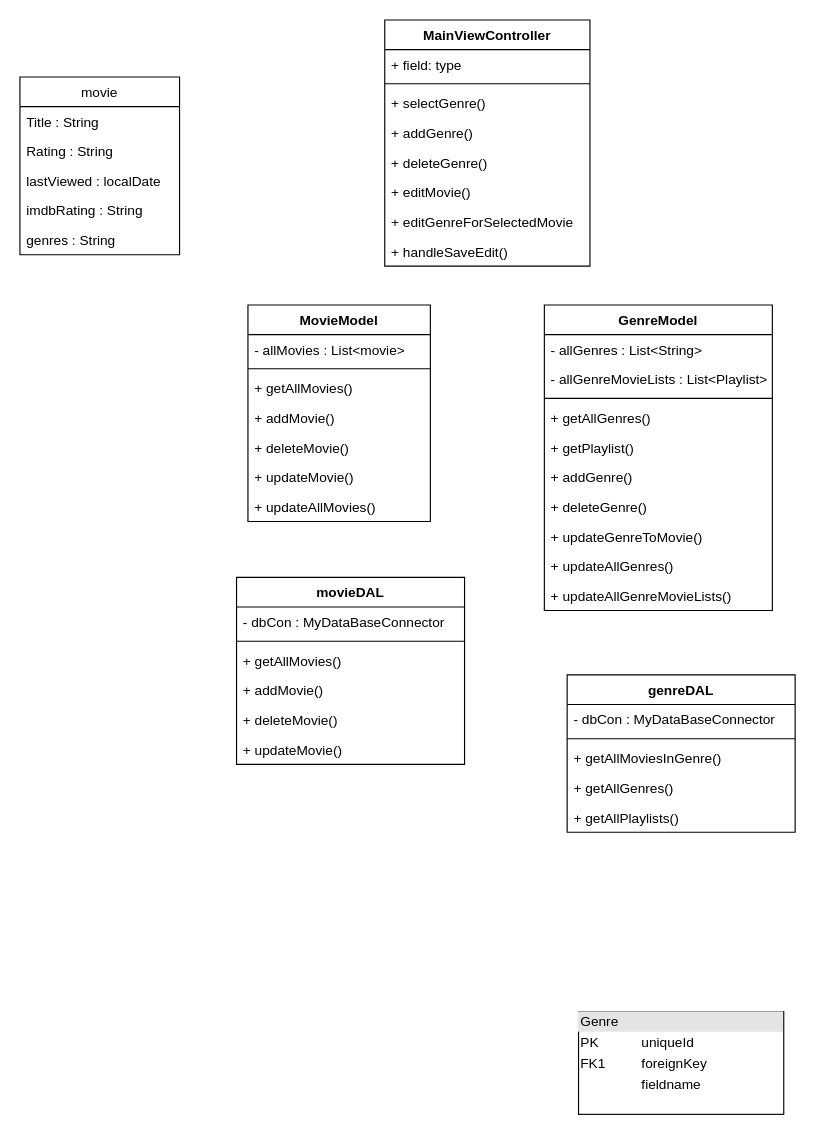
Earlier version of the draw.io diagram page "Page-1" (1 of 2) of src/Resources/Untitled Diagram.drawio (Frann0/PMC). Source tidied: cells renumbered, new cells numbered last; positions are measured from the earlier drawing's top-left corner, leaving out a move shared by most shapes. Both pictures are drawn from the tidied source at 114%, with x=0, y=0 at pixel (19, 19).
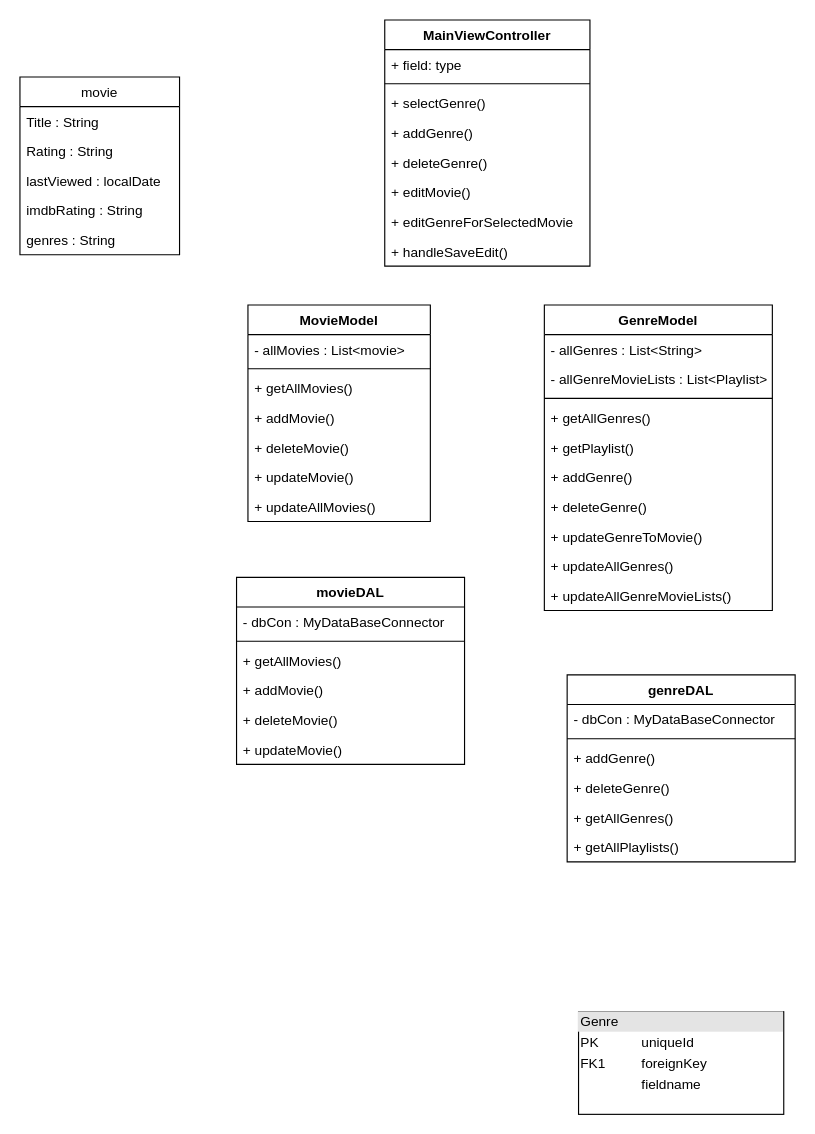
After the change.

What changed in the source:
```diff
@@
     <mxCell id="37" value="genreDAL" style="swimlane;fontStyle=1;align=center;verticalAlign=top;horizontal=1;startSize=26;" parent="1" vertex="1">
-      <mxGeometry x="480" y="574.5" width="200" height="138" as="geometry" />
+      <mxGeometry x="480" y="574.5" width="200" height="164" as="geometry" />
     </mxCell>
@@
-    <mxCell id="40" value="+ getAllMoviesInGenre()" style="text;strokeColor=none;fillColor=none;align=left;verticalAlign=top;spacingLeft=4;spacingRight=4;overflow=hidden;" parent="37" vertex="1">
-      <mxGeometry y="60" width="200" height="26" as="geometry" />
-    </mxCell>
+    <mxCell id="50" value="+ addGenre()" style="text;strokeColor=none;fillColor=none;align=left;verticalAlign=top;spacingLeft=4;spacingRight=4;overflow=hidden;" parent="37" vertex="1">
+      <mxGeometry y="60" width="200" height="26" as="geometry" />
+    </mxCell>
+    <mxCell id="51" value="+ deleteGenre()" style="text;strokeColor=none;fillColor=none;align=left;verticalAlign=top;spacingLeft=4;spacingRight=4;overflow=hidden;" parent="37" vertex="1">
+      <mxGeometry y="86" width="200" height="26" as="geometry" />
+    </mxCell>
     <mxCell id="41" value="+ getAllGenres()" style="text;strokeColor=none;fillColor=none;align=left;verticalAlign=top;spacingLeft=4;spacingRight=4;overflow=hidden;" parent="37" vertex="1">
-      <mxGeometry y="86" width="200" height="26" as="geometry" />
+      <mxGeometry y="112" width="200" height="26" as="geometry" />
     </mxCell>
     <mxCell id="42" value="+ getAllPlaylists()" style="text;strokeColor=none;fillColor=none;align=left;verticalAlign=top;spacingLeft=4;spacingRight=4;overflow=hidden;" parent="37" vertex="1">
-      <mxGeometry y="112" width="200" height="26" as="geometry" />
+      <mxGeometry y="138" width="200" height="26" as="geometry" />
     </mxCell>
```
